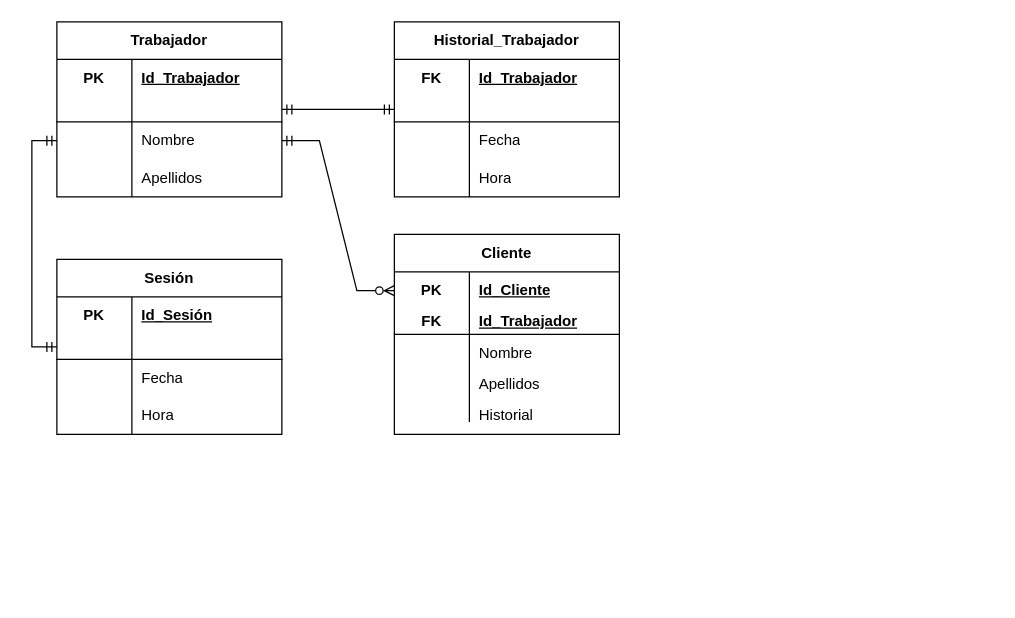
Above: Diagrama ER Trabajador.drawio in HuBaMarin/projDespliegue (draw.io), before the change. Source tidied: cells renumbered, new cells numbered last; positions are measured from the earlier drawing's top-left corner, leaving out a move shared by most shapes. Both pictures are drawn from the tidied source at 125%, with x=0, y=0 at pixel (56, 21).
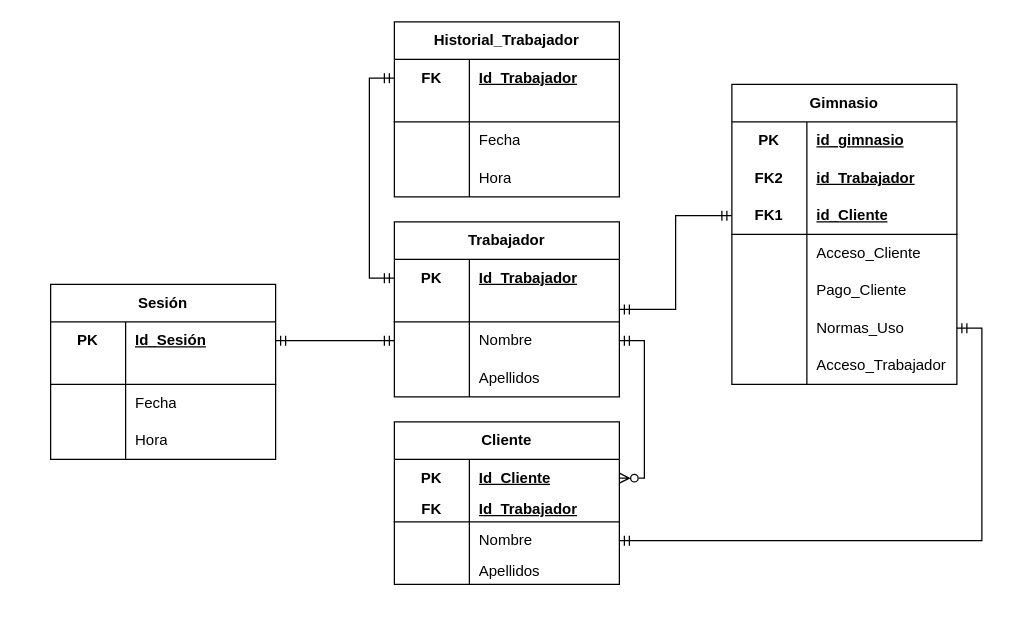
The same page after the edit.

The change refers to these unchanged cells:
```xml
<mxCell id="4" style="shape=tableRow;horizontal=0;startSize=0;swimlaneHead=0;swimlaneBody=0;fillColor=none;points=[[0,0.5],[1,0.5]];portConstraint=eastwest;top=0;left=0;right=0;bottom=0;html=1;" parent="3" vertex="1">
  <mxGeometry y="30" width="180" height="30" as="geometry" />
</mxCell>
<mxCell id="7" style="shape=tableRow;horizontal=0;startSize=0;swimlaneHead=0;swimlaneBody=0;fillColor=none;points=[[0,0.5],[1,0.5]];portConstraint=eastwest;top=0;left=0;right=0;bottom=1;html=1;" parent="3" vertex="1">
  <mxGeometry y="60" width="180" height="20" as="geometry" />
</mxCell>
<mxCell id="10" style="shape=tableRow;horizontal=0;startSize=0;swimlaneHead=0;swimlaneBody=0;fillColor=none;points=[[0,0.5],[1,0.5]];portConstraint=eastwest;top=0;left=0;right=0;bottom=0;html=1;" parent="3" vertex="1">
  <mxGeometry y="80" width="180" height="30" as="geometry" />
</mxCell>
<mxCell id="17" style="shape=tableRow;horizontal=0;startSize=0;swimlaneHead=0;swimlaneBody=0;fillColor=none;points=[[0,0.5],[1,0.5]];portConstraint=eastwest;top=0;left=0;right=0;bottom=0;html=1;" parent="16" vertex="1">
  <mxGeometry y="30" width="180" height="30" as="geometry" />
</mxCell>
<mxCell id="20" style="shape=tableRow;horizontal=0;startSize=0;swimlaneHead=0;swimlaneBody=0;fillColor=none;points=[[0,0.5],[1,0.5]];portConstraint=eastwest;top=0;left=0;right=0;bottom=1;html=1;" parent="16" vertex="1">
  <mxGeometry y="60" width="180" height="20" as="geometry" />
</mxCell>
<mxCell id="30" style="shape=tableRow;horizontal=0;startSize=0;swimlaneHead=0;swimlaneBody=0;fillColor=none;points=[[0,0.5],[1,0.5]];portConstraint=eastwest;top=0;left=0;right=0;bottom=0;html=1;" parent="29" vertex="1">
  <mxGeometry y="30" width="180" height="30" as="geometry" />
</mxCell>
<mxCell id="33" style="shape=tableRow;horizontal=0;startSize=0;swimlaneHead=0;swimlaneBody=0;fillColor=none;points=[[0,0.5],[1,0.5]];portConstraint=eastwest;top=0;left=0;right=0;bottom=1;html=1;" parent="29" vertex="1">
  <mxGeometry y="60" width="180" height="20" as="geometry" />
</mxCell>
<mxCell id="44" style="shape=tableRow;horizontal=0;startSize=0;swimlaneHead=0;swimlaneBody=0;fillColor=none;points=[[0,0.5],[1,0.5]];portConstraint=eastwest;top=0;left=0;right=0;bottom=0;html=1;" parent="43" vertex="1">
  <mxGeometry y="30" width="180" height="30" as="geometry" />
</mxCell>
<mxCell id="50" style="shape=tableRow;horizontal=0;startSize=0;swimlaneHead=0;swimlaneBody=0;fillColor=none;points=[[0,0.5],[1,0.5]];portConstraint=eastwest;top=0;left=0;right=0;bottom=0;html=1;" parent="43" vertex="1">
  <mxGeometry y="80" width="180" height="30" as="geometry" />
</mxCell>
<mxCell id="53" style="shape=tableRow;horizontal=0;startSize=0;swimlaneHead=0;swimlaneBody=0;fillColor=none;points=[[0,0.5],[1,0.5]];portConstraint=eastwest;top=0;left=0;right=0;bottom=0;html=1;" parent="43" vertex="1">
  <mxGeometry y="110" width="180" height="20" as="geometry" />
</mxCell>
```

What changed in the source:
```diff
@@
+    <mxCell id="63" style="edgeStyle=orthogonalEdgeStyle;rounded=0;jettySize=auto;html=1;entryX=0;entryY=0.5;entryDx=0;entryDy=0;startArrow=ERmandOne;startFill=0;endArrow=ERmandOne;endFill=0;" parent="1" edge="1" source="3" target="72">
+      <mxGeometry relative="1" as="geometry" />
+    </mxCell>
     <mxCell id="3" value="Trabajador" style="shape=table;startSize=30;childLayout=tableLayout;rowLines=0;fontStyle=1;align=center;html=1;whiteSpace=wrap;" parent="1" vertex="1">
-      <mxGeometry width="180" height="140" as="geometry" />
+      <mxGeometry x="270" y="160" width="180" height="140" as="geometry" />
     </mxCell>
@@
     <mxCell id="16" value="Sesión" style="shape=table;startSize=30;childLayout=tableLayout;rowLines=0;fontStyle=1;align=center;html=1;whiteSpace=wrap;" parent="1" vertex="1">
-      <mxGeometry y="190" width="180" height="140" as="geometry" />
+      <mxGeometry x="-5" y="210" width="180" height="140" as="geometry" />
     </mxCell>
@@
-    <mxCell id="42" style="edgeStyle=entityRelationEdgeStyle;fontSize=12;html=1;endArrow=ERmandOne;startArrow=ERmandOne;rounded=0;entryX=1;entryY=0.5;entryDx=0;entryDy=0;exitX=0;exitY=0.5;exitDx=0;exitDy=0;" parent="1" edge="1" source="33" target="7">
-      <mxGeometry relative="1" as="geometry" />
-    </mxCell>
     <mxCell id="43" value="Cliente" style="shape=table;startSize=30;childLayout=tableLayout;rowLines=0;fontStyle=1;align=center;html=1;whiteSpace=wrap;" parent="1" vertex="1">
-      <mxGeometry x="270" y="170" width="180" height="160" as="geometry" />
+      <mxGeometry x="270" y="320" width="180" height="130" as="geometry" />
     </mxCell>
@@
-    <mxCell id="56" style="shape=tableRow;horizontal=0;startSize=0;swimlaneHead=0;swimlaneBody=0;fillColor=none;top=0;left=0;right=0;bottom=0;html=1;" parent="43" vertex="1">
-      <mxGeometry y="130" width="180" height="20" as="geometry" />
-    </mxCell>
-    <mxCell id="57" style="shape=partialRectangle;fillColor=none;top=0;left=0;bottom=0;right=0;overflow=hidden;html=1;whiteSpace=wrap;" parent="56" vertex="1">
-      <mxGeometry width="60" height="20" as="geometry" />
-    </mxCell>
-    <mxCell id="58" style="shape=partialRectangle;fillColor=none;top=0;left=0;bottom=0;right=0;align=left;spacingLeft=6;overflow=hidden;html=1;whiteSpace=wrap;" parent="56" vertex="1">
-      <mxGeometry x="60" width="120" height="20" as="geometry" />
-    </mxCell>
-    <mxCell id="59" style="edgeStyle=entityRelationEdgeStyle;fontSize=12;html=1;endArrow=ERmandOne;startArrow=ERzeroToMany;rounded=0;entryX=1;entryY=0.5;entryDx=0;entryDy=0;exitX=0;exitY=0.5;exitDx=0;exitDy=0;startFill=0;endFill=0;" parent="1" edge="1" source="44" target="10">
-      <mxGeometry relative="1" as="geometry">
-        <Array as="points">
-          <mxPoint x="250" y="160" />
-          <mxPoint x="240" y="160" />
-          <mxPoint x="230" y="95" />
-        </Array>
-      </mxGeometry>
-    </mxCell>
-    <mxCell id="60" style="edgeStyle=orthogonalEdgeStyle;rounded=0;jettySize=auto;html=1;entryX=0;entryY=0.5;entryDx=0;entryDy=0;startArrow=ERmandOne;startFill=0;endArrow=ERmandOne;endFill=0;" parent="1" edge="1" source="20" target="10">
-      <mxGeometry relative="1" as="geometry" />
-    </mxCell>
+    <mxCell id="64" style="edgeStyle=orthogonalEdgeStyle;rounded=0;jettySize=auto;html=1;exitX=0.5;exitY=1;exitDx=0;exitDy=0;entryX=0.497;entryY=1.037;entryDx=0;entryDy=0;entryPerimeter=0;" parent="43" edge="1" source="43" target="53">
+      <mxGeometry relative="1" as="geometry" />
+    </mxCell>
@@
-    <mxCell id="62" value="Historial" style="shape=partialRectangle;fillColor=none;top=0;left=0;bottom=0;right=0;align=left;spacingLeft=6;overflow=hidden;html=1;whiteSpace=wrap;" parent="1" vertex="1">
-      <mxGeometry x="330" y="300" width="120" height="30" as="geometry" />
-    </mxCell>
+    <mxCell id="65" value="Gimnasio" style="shape=table;startSize=30;childLayout=tableLayout;rowLines=0;fontStyle=1;align=center;html=1;whiteSpace=wrap;" parent="1" vertex="1">
+      <mxGeometry x="540" y="50" width="180" height="240" as="geometry" />
+    </mxCell>
+    <mxCell id="66" style="shape=tableRow;horizontal=0;startSize=0;swimlaneHead=0;swimlaneBody=0;fillColor=none;top=0;left=0;right=0;bottom=0;html=1;" parent="65" vertex="1">
+      <mxGeometry y="30" width="180" height="30" as="geometry" />
+    </mxCell>
+    <mxCell id="67" value="PK" style="shape=partialRectangle;fillColor=none;top=0;left=0;bottom=0;right=0;fontStyle=1;overflow=hidden;html=1;whiteSpace=wrap;" parent="66" vertex="1">
+      <mxGeometry width="60" height="30" as="geometry" />
+    </mxCell>
+    <mxCell id="68" value="id_gimnasio" style="shape=partialRectangle;fillColor=none;top=0;left=0;bottom=0;right=0;align=left;spacingLeft=6;fontStyle=5;overflow=hidden;html=1;whiteSpace=wrap;" parent="66" vertex="1">
+      <mxGeometry x="60" width="120" height="30" as="geometry" />
+    </mxCell>
+    <mxCell id="69" style="shape=tableRow;horizontal=0;startSize=0;swimlaneHead=0;swimlaneBody=0;fillColor=none;top=0;left=0;right=0;bottom=0;html=1;" parent="65" vertex="1">
+      <mxGeometry y="60" width="180" height="30" as="geometry" />
+    </mxCell>
+    <mxCell id="70" value="FK2" style="shape=partialRectangle;fillColor=none;top=0;left=0;bottom=0;right=0;fontStyle=1;overflow=hidden;html=1;whiteSpace=wrap;" parent="69" vertex="1">
+      <mxGeometry width="60" height="30" as="geometry" />
+    </mxCell>
+    <mxCell id="71" value="id_Trabajador" style="shape=partialRectangle;fillColor=none;top=0;left=0;bottom=0;right=0;align=left;spacingLeft=6;fontStyle=5;overflow=hidden;html=1;whiteSpace=wrap;" parent="69" vertex="1">
+      <mxGeometry x="60" width="120" height="30" as="geometry" />
+    </mxCell>
+    <mxCell id="72" style="shape=tableRow;horizontal=0;startSize=0;swimlaneHead=0;swimlaneBody=0;fillColor=none;points=[[0,0.5],[1,0.5]];portConstraint=eastwest;top=0;left=0;right=0;bottom=1;html=1;" parent="65" vertex="1">
+      <mxGeometry y="90" width="180" height="30" as="geometry" />
+    </mxCell>
+    <mxCell id="73" value="FK1" style="shape=partialRectangle;fillColor=none;top=0;left=0;bottom=0;right=0;fontStyle=1;overflow=hidden;html=1;whiteSpace=wrap;" parent="72" vertex="1">
+      <mxGeometry width="60" height="30" as="geometry" />
+    </mxCell>
+    <mxCell id="74" value="id_Cliente" style="shape=partialRectangle;fillColor=none;top=0;left=0;bottom=0;right=0;align=left;spacingLeft=6;fontStyle=5;overflow=hidden;html=1;whiteSpace=wrap;" parent="72" vertex="1">
+      <mxGeometry x="60" width="120" height="30" as="geometry" />
+    </mxCell>
+    <mxCell id="75" style="shape=tableRow;horizontal=0;startSize=0;swimlaneHead=0;swimlaneBody=0;fillColor=none;top=0;left=0;right=0;bottom=0;html=1;" parent="65" vertex="1">
+      <mxGeometry y="120" width="180" height="30" as="geometry" />
+    </mxCell>
+    <mxCell id="76" style="shape=partialRectangle;fillColor=none;top=0;left=0;bottom=0;right=0;overflow=hidden;html=1;whiteSpace=wrap;" parent="75" vertex="1">
+      <mxGeometry width="60" height="30" as="geometry" />
+    </mxCell>
+    <mxCell id="77" value="Acceso_Cliente" style="shape=partialRectangle;fillColor=none;top=0;left=0;bottom=0;right=0;align=left;spacingLeft=6;overflow=hidden;html=1;whiteSpace=wrap;" parent="75" vertex="1">
+      <mxGeometry x="60" width="120" height="30" as="geometry" />
+    </mxCell>
+    <mxCell id="78" style="shape=tableRow;horizontal=0;startSize=0;swimlaneHead=0;swimlaneBody=0;fillColor=none;top=0;left=0;right=0;bottom=0;html=1;" parent="65" vertex="1">
+      <mxGeometry y="150" width="180" height="30" as="geometry" />
+    </mxCell>
+    <mxCell id="79" style="shape=partialRectangle;fillColor=none;top=0;left=0;bottom=0;right=0;overflow=hidden;html=1;whiteSpace=wrap;" parent="78" vertex="1">
+      <mxGeometry width="60" height="30" as="geometry" />
+    </mxCell>
+    <mxCell id="80" value="Pago_Cliente" style="shape=partialRectangle;fillColor=none;top=0;left=0;bottom=0;right=0;align=left;spacingLeft=6;overflow=hidden;html=1;whiteSpace=wrap;" parent="78" vertex="1">
+      <mxGeometry x="60" width="120" height="30" as="geometry" />
+    </mxCell>
+    <mxCell id="81" style="shape=tableRow;horizontal=0;startSize=0;swimlaneHead=0;swimlaneBody=0;fillColor=none;points=[[0,0.5],[1,0.5]];portConstraint=eastwest;top=0;left=0;right=0;bottom=0;html=1;" parent="65" vertex="1">
+      <mxGeometry y="180" width="180" height="30" as="geometry" />
+    </mxCell>
+    <mxCell id="82" style="shape=partialRectangle;fillColor=none;top=0;left=0;bottom=0;right=0;overflow=hidden;html=1;whiteSpace=wrap;" parent="81" vertex="1">
+      <mxGeometry width="60" height="30" as="geometry" />
+    </mxCell>
+    <mxCell id="83" value="Normas_Uso" style="shape=partialRectangle;fillColor=none;top=0;left=0;bottom=0;right=0;align=left;spacingLeft=6;overflow=hidden;html=1;whiteSpace=wrap;" parent="81" vertex="1">
+      <mxGeometry x="60" width="120" height="30" as="geometry" />
+    </mxCell>
+    <mxCell id="84" style="shape=tableRow;horizontal=0;startSize=0;swimlaneHead=0;swimlaneBody=0;fillColor=none;top=0;left=0;right=0;bottom=0;html=1;" parent="65" vertex="1">
+      <mxGeometry y="210" width="180" height="30" as="geometry" />
+    </mxCell>
+    <mxCell id="85" style="shape=partialRectangle;fillColor=none;top=0;left=0;bottom=0;right=0;overflow=hidden;html=1;whiteSpace=wrap;" parent="84" vertex="1">
+      <mxGeometry width="60" height="30" as="geometry" />
+    </mxCell>
+    <mxCell id="86" value="Acceso_Trabajador" style="shape=partialRectangle;fillColor=none;top=0;left=0;bottom=0;right=0;align=left;spacingLeft=6;overflow=hidden;html=1;whiteSpace=wrap;" parent="84" vertex="1">
+      <mxGeometry x="60" width="120" height="30" as="geometry" />
+    </mxCell>
+    <mxCell id="87" style="edgeStyle=orthogonalEdgeStyle;rounded=0;jettySize=auto;html=1;entryX=0;entryY=0.5;entryDx=0;entryDy=0;startArrow=ERmandOne;startFill=0;endArrow=ERmandOne;endFill=0;" parent="1" edge="1" source="4" target="30">
+      <mxGeometry relative="1" as="geometry" />
+    </mxCell>
+    <mxCell id="88" style="edgeStyle=orthogonalEdgeStyle;rounded=0;jettySize=auto;html=1;entryX=1;entryY=0.5;entryDx=0;entryDy=0;exitX=1;exitY=0.5;exitDx=0;exitDy=0;startArrow=ERmandOne;startFill=0;endArrow=ERzeroToMany;endFill=0;" parent="1" edge="1" source="10" target="44">
+      <mxGeometry relative="1" as="geometry" />
+    </mxCell>
+    <mxCell id="89" style="edgeStyle=orthogonalEdgeStyle;rounded=0;jettySize=auto;html=1;entryX=1;entryY=0.5;entryDx=0;entryDy=0;startArrow=ERmandOne;startFill=0;endArrow=ERmandOne;endFill=0;" parent="1" edge="1" source="10" target="17">
+      <mxGeometry relative="1" as="geometry" />
+    </mxCell>
+    <mxCell id="90" style="edgeStyle=orthogonalEdgeStyle;rounded=0;jettySize=auto;html=1;entryX=1;entryY=0.5;entryDx=0;entryDy=0;startArrow=ERmandOne;startFill=0;endArrow=ERmandOne;endFill=0;" parent="1" edge="1" source="50" target="81">
+      <mxGeometry relative="1" as="geometry" />
+    </mxCell>
```
